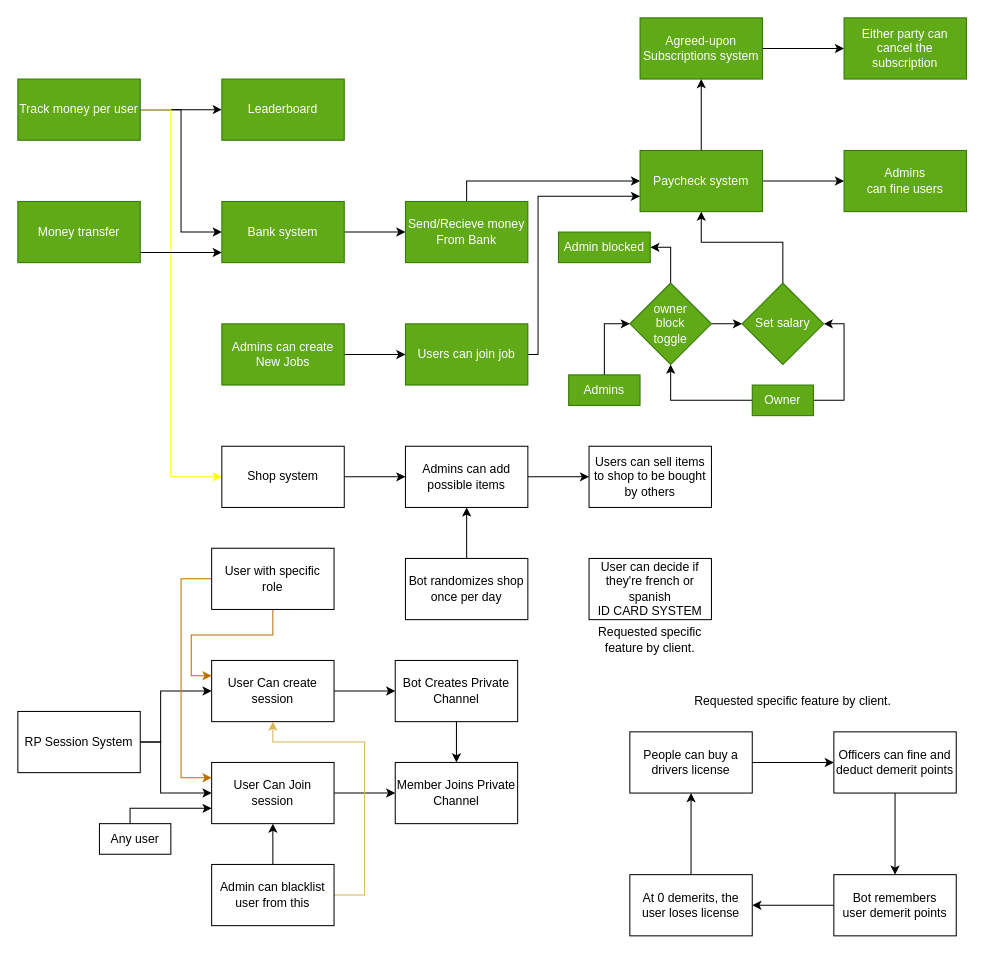
Above: roadmap.drawio in Ames-hub/Metrobot (draw.io), before the change. Source tidied: cells renumbered, new cells numbered last; positions are measured from the earlier drawing's top-left corner, leaving out a move shared by most shapes. Both pictures are drawn from the tidied source at 102%, with x=0, y=0 at pixel (17, 17).
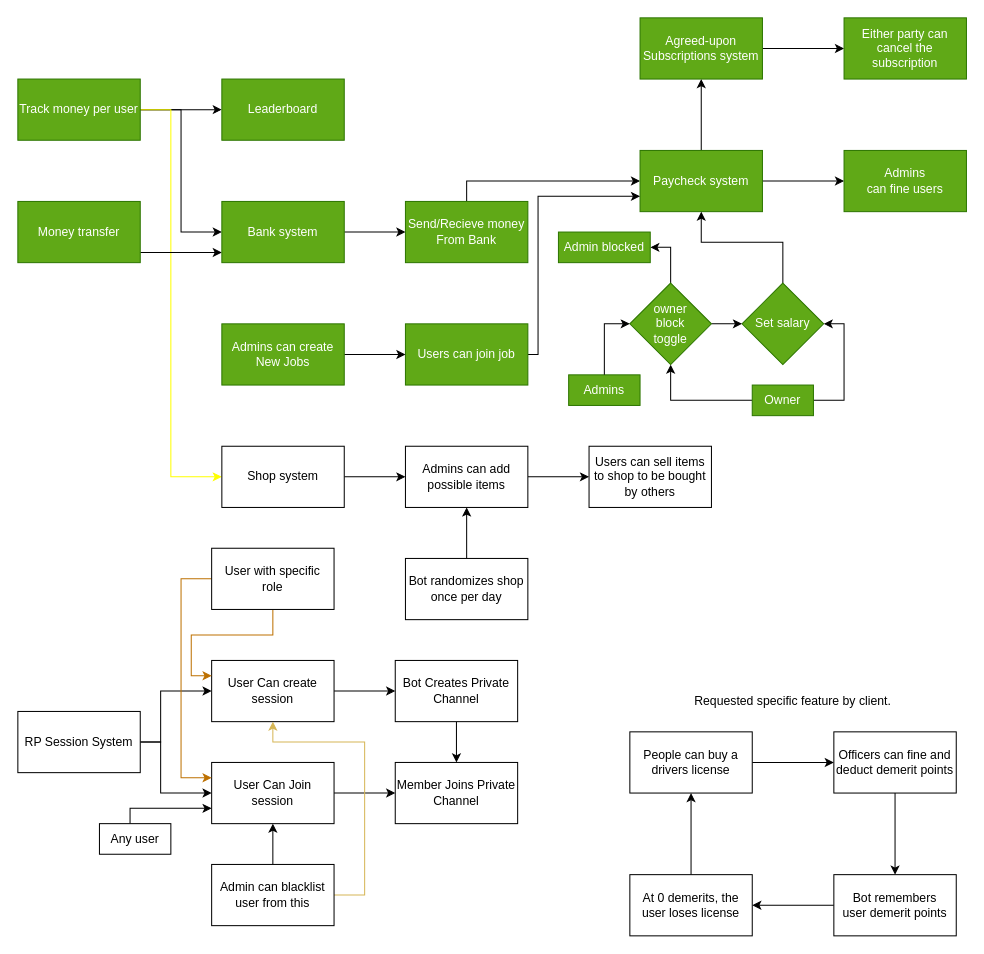
The same diagram, later.

Change to the diagram source:
```diff
@@
-    <mxCell id="55" value="User can decide if they're french or spanish&lt;div&gt;ID CARD SYSTEM&lt;/div&gt;" style="rounded=0;whiteSpace=wrap;html=1;" parent="1" vertex="1">
-      <mxGeometry x="560" y="530" width="120" height="60" as="geometry" />
-    </mxCell>
@@
-    <mxCell id="68" value="Requested specific feature by client." style="text;html=1;align=center;verticalAlign=middle;whiteSpace=wrap;rounded=0;" parent="1" vertex="1">
-      <mxGeometry x="560" y="590" width="120" height="40" as="geometry" />
-    </mxCell>
```
